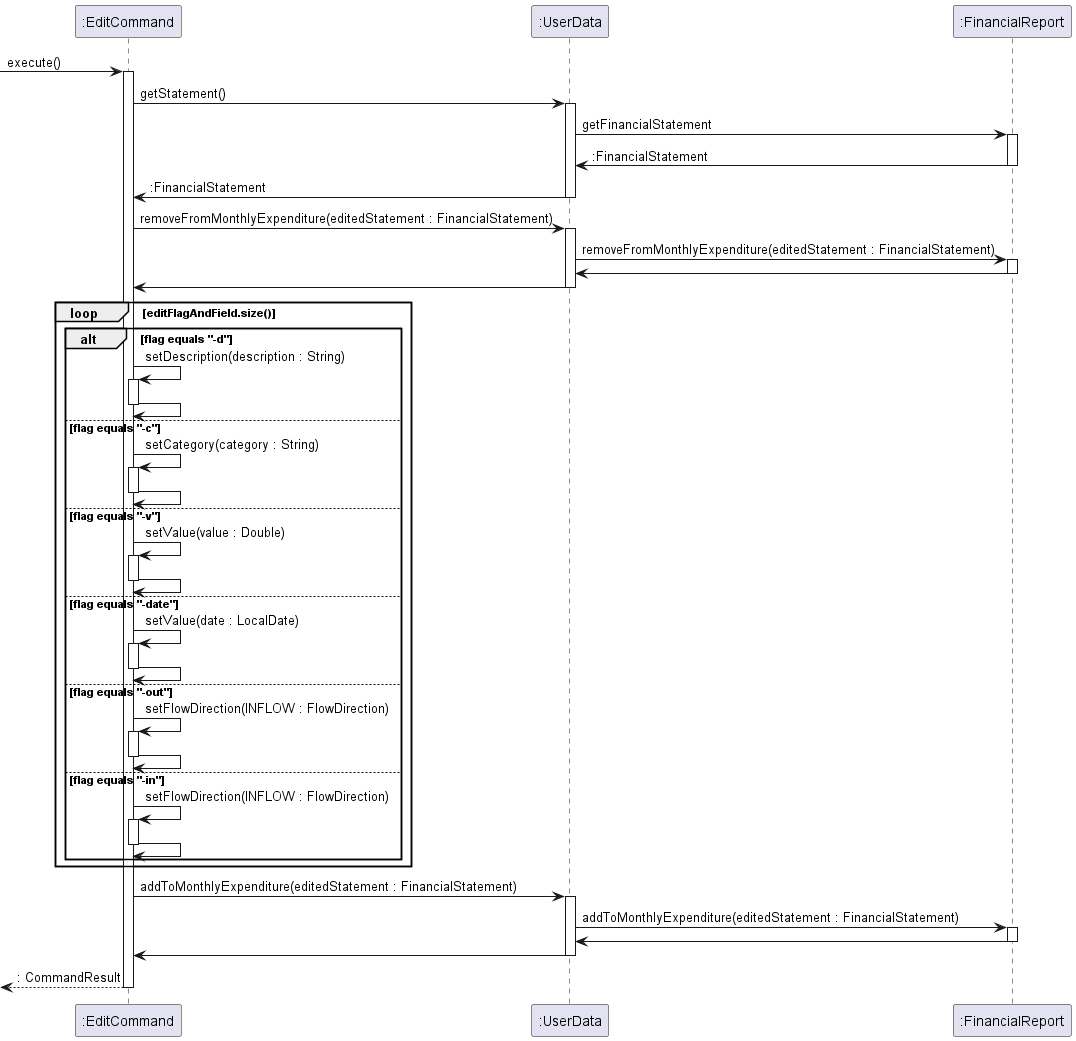
Earlier version of the PlantUML export docs/images/DeveloperGuide/EditCommand.png (nus-cs2113-AY2223S2/tp). Its diagram source:
```plantuml
@startuml
participant ":EditCommand" as EditCommand
participant ":UserData" as UserData
participant ":FinancialReport" as FinancialReport

[-> EditCommand : execute()
activate EditCommand

EditCommand -> UserData : getStatement()
activate UserData

UserData -> FinancialReport : getFinancialStatement
activate FinancialReport
FinancialReport -> UserData: :FinancialStatement
deactivate FinancialReport

UserData -> EditCommand : :FinancialStatement
deactivate UserData

EditCommand -> UserData : removeFromMonthlyExpenditure(editedStatement : FinancialStatement)
activate UserData

UserData -> FinancialReport: removeFromMonthlyExpenditure(editedStatement : FinancialStatement)
activate FinancialReport
FinancialReport -> UserData
deactivate FinancialReport

UserData -> EditCommand
deactivate UserData

loop editFlagAndField.size()
    alt flag equals "-d"
    EditCommand -> EditCommand : setDescription(description : String)
    activate EditCommand
    EditCommand -> EditCommand
    deactivate EditCommand

    else flag equals "-c"
    EditCommand -> EditCommand : setCategory(category : String)
    activate EditCommand
    EditCommand -> EditCommand
    deactivate EditCommand

    else flag equals "-v"
    EditCommand -> EditCommand : setValue(value : Double)
    activate EditCommand
    EditCommand -> EditCommand
    deactivate EditCommand

    else flag equals "-date"
    EditCommand -> EditCommand : setValue(date : LocalDate)
    activate EditCommand
    EditCommand -> EditCommand
    deactivate EditCommand

    else flag equals "-out"
    EditCommand -> EditCommand : setFlowDirection(INFLOW : FlowDirection)
    activate EditCommand
    EditCommand -> EditCommand
    deactivate EditCommand

    else flag equals "-in"
    EditCommand -> EditCommand : setFlowDirection(INFLOW : FlowDirection)
    activate EditCommand
    EditCommand -> EditCommand
    deactivate EditCommand
    end
end

EditCommand -> UserData : addToMonthlyExpenditure(editedStatement : FinancialStatement)
activate UserData

UserData -> FinancialReport: addToMonthlyExpenditure(editedStatement : FinancialStatement)
activate FinancialReport
FinancialReport -> UserData
deactivate FinancialReport
UserData -> EditCommand
deactivate UserData

[<--EditCommand : : CommandResult
deactivate EditCommand


@enduml
```
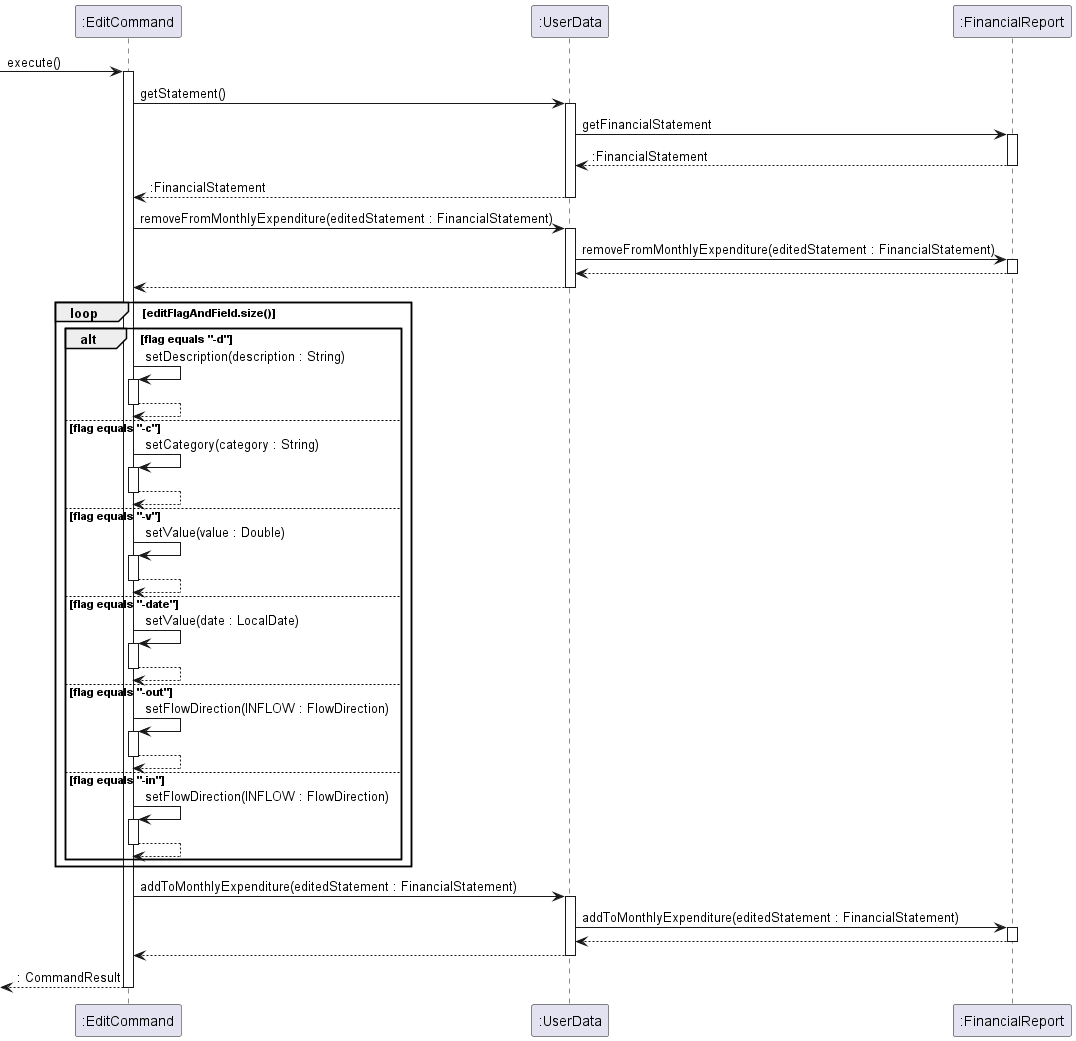
The same file after the commit.

Change to the diagram source:
```diff
@@ -11,10 +11,10 @@
 
 UserData -> FinancialReport : getFinancialStatement
 activate FinancialReport
-FinancialReport -> UserData: :FinancialStatement
+FinancialReport --> UserData: :FinancialStatement
 deactivate FinancialReport
 
-UserData -> EditCommand : :FinancialStatement
+UserData --> EditCommand : :FinancialStatement
 deactivate UserData
 
 EditCommand -> UserData : removeFromMonthlyExpenditure(editedStatement : FinancialStatement)
@@ -22,47 +22,47 @@
 
 UserData -> FinancialReport: removeFromMonthlyExpenditure(editedStatement : FinancialStatement)
 activate FinancialReport
-FinancialReport -> UserData
+FinancialReport --> UserData
 deactivate FinancialReport
 
-UserData -> EditCommand
+UserData --> EditCommand
 deactivate UserData
 
 loop editFlagAndField.size()
     alt flag equals "-d"
     EditCommand -> EditCommand : setDescription(description : String)
     activate EditCommand
-    EditCommand -> EditCommand
+    EditCommand --> EditCommand
     deactivate EditCommand
 
     else flag equals "-c"
     EditCommand -> EditCommand : setCategory(category : String)
     activate EditCommand
-    EditCommand -> EditCommand
+    EditCommand --> EditCommand
     deactivate EditCommand
 
     else flag equals "-v"
     EditCommand -> EditCommand : setValue(value : Double)
     activate EditCommand
-    EditCommand -> EditCommand
+    EditCommand --> EditCommand
     deactivate EditCommand
 
     else flag equals "-date"
     EditCommand -> EditCommand : setValue(date : LocalDate)
     activate EditCommand
-    EditCommand -> EditCommand
+    EditCommand --> EditCommand
     deactivate EditCommand
 
     else flag equals "-out"
     EditCommand -> EditCommand : setFlowDirection(INFLOW : FlowDirection)
     activate EditCommand
-    EditCommand -> EditCommand
+    EditCommand --> EditCommand
     deactivate EditCommand
 
     else flag equals "-in"
     EditCommand -> EditCommand : setFlowDirection(INFLOW : FlowDirection)
     activate EditCommand
-    EditCommand -> EditCommand
+    EditCommand --> EditCommand
     deactivate EditCommand
     end
 end
@@ -72,9 +72,9 @@
 
 UserData -> FinancialReport: addToMonthlyExpenditure(editedStatement : FinancialStatement)
 activate FinancialReport
-FinancialReport -> UserData
+FinancialReport --> UserData
 deactivate FinancialReport
-UserData -> EditCommand
+UserData --> EditCommand
 deactivate UserData
 
 [<--EditCommand : : CommandResult
```
